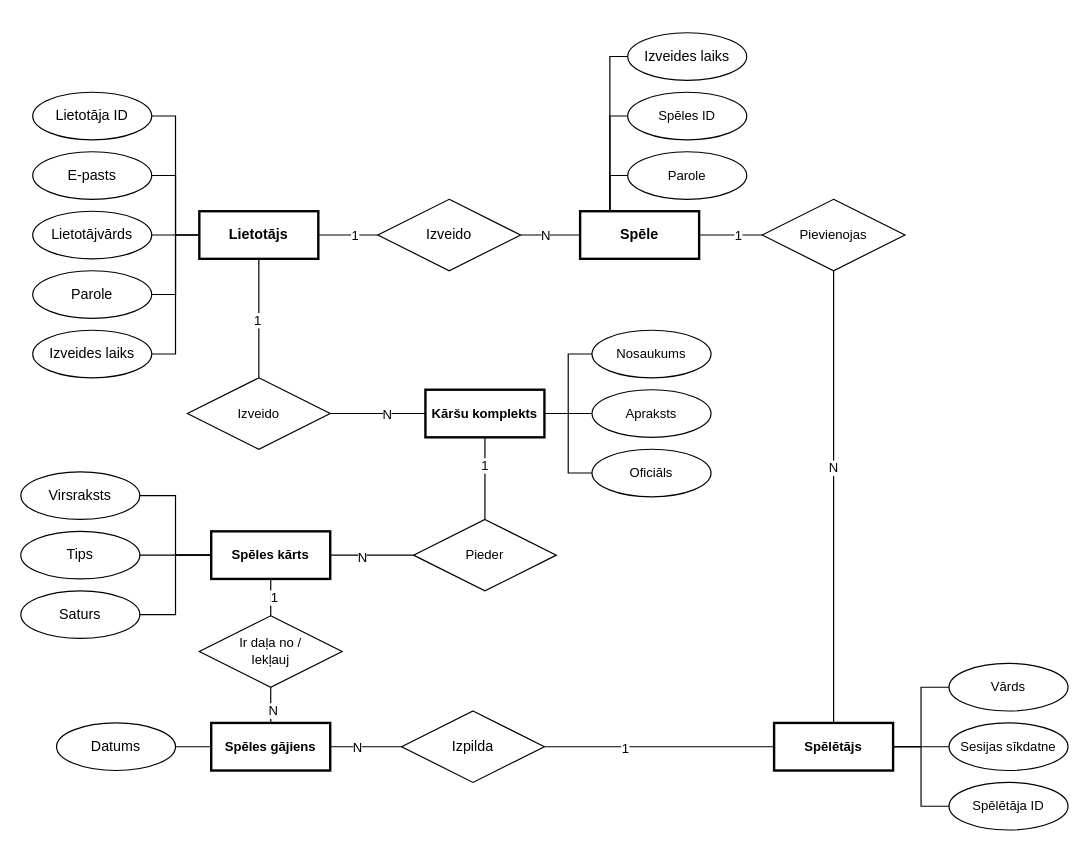
Earlier version of the draw.io diagram dokumentacija/ER.drawio (Edgars-P/RVT-Projekts-CardGame). Source tidied: cells renumbered, new cells numbered last; positions are measured from the earlier drawing's top-left corner, leaving out a move shared by most shapes. Both pictures are drawn from the tidied source at 119%, with x=0, y=0 at pixel (20, 32).
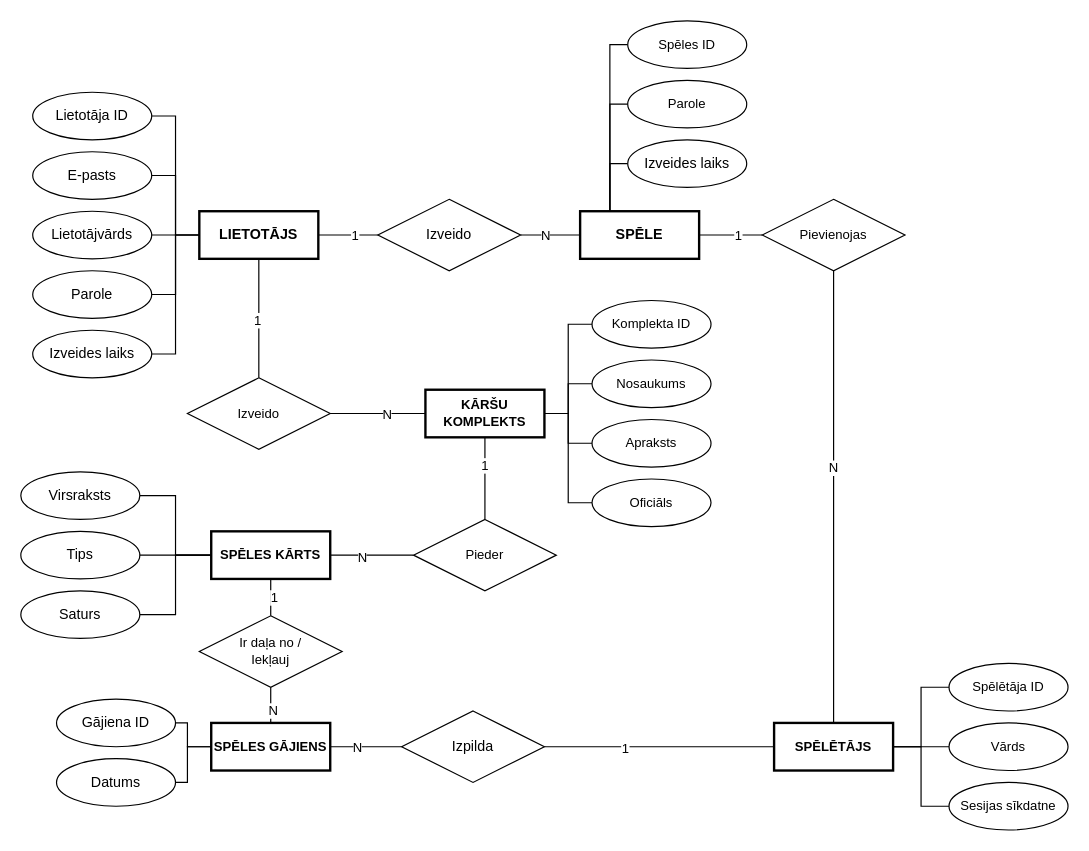
The same diagram, later.

Change to the diagram source:
```diff
@@
-    <mxCell id="7" value="Lietotājs" style="whiteSpace=wrap;html=1;align=center;fontStyle=1;strokeWidth=2;" parent="1" vertex="1">
+    <mxCell id="7" value="LIETOTĀJS" style="whiteSpace=wrap;html=1;align=center;fontStyle=1;strokeWidth=2;" parent="1" vertex="1">
       <mxGeometry x="150" y="150" width="100" height="40" as="geometry" />
     </mxCell>
@@
     <mxCell id="13" style="edgeStyle=orthogonalEdgeStyle;shape=connector;rounded=0;jettySize=auto;html=1;labelBackgroundColor=default;strokeColor=default;align=center;verticalAlign=middle;fontFamily=Helvetica;fontSize=11;fontColor=default;endArrow=none;endFill=0;exitX=0.25;exitY=0;exitDx=0;exitDy=0;" parent="1" edge="1" source="17" target="55">
       <mxGeometry relative="1" as="geometry">
         <Array as="points">
-          <mxPoint x="495" y="70" />
+          <mxPoint x="495" y="10" />
         </Array>
       </mxGeometry>
     </mxCell>
@@
-    <mxCell id="17" value="Spēle" style="whiteSpace=wrap;html=1;align=center;fontStyle=1;strokeWidth=2;" parent="1" vertex="1">
+    <mxCell id="17" value="SPĒLE" style="whiteSpace=wrap;html=1;align=center;fontStyle=1;strokeWidth=2;" parent="1" vertex="1">
       <mxGeometry x="470" y="150" width="100" height="40" as="geometry" />
     </mxCell>
@@
     <mxCell id="21" value="Parole" style="ellipse;whiteSpace=wrap;html=1;align=center;fontFamily=Helvetica;fontSize=11;fontColor=default;" parent="1" vertex="1">
-      <mxGeometry x="510" y="100" width="100" height="40" as="geometry" />
+      <mxGeometry x="510" y="40" width="100" height="40" as="geometry" />
     </mxCell>
-    <mxCell id="22" style="endArrow=none;html=1;rounded=0;labelBackgroundColor=default;strokeColor=default;align=center;verticalAlign=middle;fontFamily=Helvetica;fontSize=11;fontColor=default;shape=connector;exitX=0;exitY=0.5;exitDx=0;exitDy=0;entryX=0.25;entryY=0;entryDx=0;entryDy=0;edgeStyle=orthogonalEdgeStyle;" parent="1" edge="1" source="21" target="17">
+    <mxCell id="22" style="endArrow=none;html=1;rounded=0;labelBackgroundColor=default;strokeColor=default;align=center;verticalAlign=middle;fontFamily=Helvetica;fontSize=11;fontColor=default;shape=connector;exitX=0;exitY=0.5;exitDx=0;exitDy=0;edgeStyle=orthogonalEdgeStyle;entryX=0.25;entryY=0;entryDx=0;entryDy=0;" parent="1" edge="1" source="21" target="17">
       <mxGeometry relative="1" as="geometry" />
     </mxCell>
@@
-    <mxCell id="28" value="Spēlētājs" style="whiteSpace=wrap;html=1;align=center;fontFamily=Helvetica;fontSize=11;fontColor=default;fontStyle=1;strokeWidth=2;" parent="1" vertex="1">
+    <mxCell id="28" value="SPĒLĒTĀJS" style="whiteSpace=wrap;html=1;align=center;fontFamily=Helvetica;fontSize=11;fontColor=default;fontStyle=1;strokeWidth=2;" parent="1" vertex="1">
       <mxGeometry x="633" y="580" width="100" height="40" as="geometry" />
     </mxCell>
@@
     <mxCell id="30" value="Vārds" style="ellipse;whiteSpace=wrap;html=1;align=center;fontFamily=Helvetica;fontSize=11;fontColor=default;" parent="1" vertex="1">
-      <mxGeometry x="780" y="530" width="100" height="40" as="geometry" />
+      <mxGeometry x="780" y="580" width="100" height="40" as="geometry" />
     </mxCell>
@@
     <mxCell id="32" value="Spēlētāja ID" style="ellipse;whiteSpace=wrap;html=1;align=center;fontFamily=Helvetica;fontSize=11;fontColor=default;" parent="1" vertex="1">
-      <mxGeometry x="780" y="630" width="100" height="40" as="geometry" />
+      <mxGeometry x="780" y="530" width="100" height="40" as="geometry" />
     </mxCell>
@@
-    <mxCell id="37" value="Spēles kārts" style="whiteSpace=wrap;html=1;align=center;fontFamily=Helvetica;fontSize=11;fontColor=default;fontStyle=1;strokeWidth=2;" parent="1" vertex="1">
+    <mxCell id="37" value="SPĒLES KĀRTS" style="whiteSpace=wrap;html=1;align=center;fontFamily=Helvetica;fontSize=11;fontColor=default;fontStyle=1;strokeWidth=2;" parent="1" vertex="1">
       <mxGeometry x="160" y="419" width="100" height="40" as="geometry" />
     </mxCell>
@@
-    <mxCell id="51" value="Kāršu komplekts" style="whiteSpace=wrap;html=1;align=center;fontFamily=Helvetica;fontSize=11;fontColor=default;fontStyle=1;strokeWidth=2;" parent="1" vertex="1">
+    <mxCell id="51" value="KĀRŠU KOMPLEKTS" style="whiteSpace=wrap;html=1;align=center;fontFamily=Helvetica;fontSize=11;fontColor=default;fontStyle=1;strokeWidth=2;" parent="1" vertex="1">
       <mxGeometry x="340" y="300" width="100" height="40" as="geometry" />
     </mxCell>
     <mxCell id="52" value="Nosaukums" style="ellipse;whiteSpace=wrap;html=1;align=center;fontFamily=Helvetica;fontSize=11;fontColor=default;" parent="1" vertex="1">
-      <mxGeometry x="480" y="250" width="100" height="40" as="geometry" />
+      <mxGeometry x="480" y="275" width="100" height="40" as="geometry" />
     </mxCell>
     <mxCell id="53" value="Apraksts" style="ellipse;whiteSpace=wrap;html=1;align=center;fontFamily=Helvetica;fontSize=11;fontColor=default;" parent="1" vertex="1">
-      <mxGeometry x="480" y="300" width="100" height="40" as="geometry" />
+      <mxGeometry x="480" y="325" width="100" height="40" as="geometry" />
     </mxCell>
     <mxCell id="54" value="Oficiāls" style="ellipse;whiteSpace=wrap;html=1;align=center;fontFamily=Helvetica;fontSize=11;fontColor=default;" parent="1" vertex="1">
-      <mxGeometry x="480" y="350" width="100" height="40" as="geometry" />
+      <mxGeometry x="480" y="375" width="100" height="40" as="geometry" />
     </mxCell>
     <mxCell id="55" value="Spēles ID" style="ellipse;whiteSpace=wrap;html=1;align=center;fontFamily=Helvetica;fontSize=11;fontColor=default;" parent="1" vertex="1">
-      <mxGeometry x="510" y="50" width="100" height="40" as="geometry" />
+      <mxGeometry x="510" y="-10" width="100" height="40" as="geometry" />
     </mxCell>
@@
-    <mxCell id="59" value="Spēles gājiens" style="whiteSpace=wrap;html=1;align=center;fontFamily=Helvetica;fontSize=11;fontColor=default;fontStyle=1;strokeWidth=2;" parent="1" vertex="1">
+    <mxCell id="59" value="SPĒLES GĀJIENS" style="whiteSpace=wrap;html=1;align=center;fontFamily=Helvetica;fontSize=11;fontColor=default;fontStyle=1;strokeWidth=2;" parent="1" vertex="1">
       <mxGeometry x="160" y="580" width="100" height="40" as="geometry" />
     </mxCell>
@@
     <mxCell id="63" value="Datums" style="ellipse;whiteSpace=wrap;html=1;align=center;" parent="1" vertex="1">
-      <mxGeometry x="30" y="580" width="100" height="40" as="geometry" />
+      <mxGeometry x="30" y="610" width="100" height="40" as="geometry" />
     </mxCell>
@@
     <mxCell id="66" style="edgeStyle=orthogonalEdgeStyle;shape=connector;rounded=0;jettySize=auto;html=1;entryX=0.25;entryY=0;entryDx=0;entryDy=0;labelBackgroundColor=default;strokeColor=default;align=center;verticalAlign=middle;fontFamily=Helvetica;fontSize=11;fontColor=default;endArrow=none;endFill=0;" parent="1" edge="1" source="67" target="17">
       <mxGeometry relative="1" as="geometry">
         <Array as="points">
-          <mxPoint x="495" y="20" />
+          <mxPoint x="495" y="110" />
         </Array>
       </mxGeometry>
     </mxCell>
     <mxCell id="67" value="Izveides laiks" style="ellipse;whiteSpace=wrap;html=1;align=center;" parent="1" vertex="1">
-      <mxGeometry x="510" width="100" height="40" as="geometry" />
+      <mxGeometry x="510" y="90" width="100" height="40" as="geometry" />
     </mxCell>
@@
     <mxCell id="72" value="Sesijas sīkdatne" style="ellipse;whiteSpace=wrap;html=1;align=center;fontFamily=Helvetica;fontSize=11;fontColor=default;" parent="1" vertex="1">
-      <mxGeometry x="780" y="580" width="100" height="40" as="geometry" />
+      <mxGeometry x="780" y="630" width="100" height="40" as="geometry" />
     </mxCell>
+    <mxCell id="73" style="edgeStyle=orthogonalEdgeStyle;rounded=0;jettySize=auto;html=1;entryX=0;entryY=0.5;entryDx=0;entryDy=0;endArrow=none;endFill=0;" parent="1" edge="1" source="74" target="59">
+      <mxGeometry relative="1" as="geometry">
+        <Array as="points">
+          <mxPoint x="140" y="580" />
+          <mxPoint x="140" y="600" />
+        </Array>
+      </mxGeometry>
+    </mxCell>
+    <mxCell id="74" value="Gājiena ID" style="ellipse;whiteSpace=wrap;html=1;align=center;" parent="1" vertex="1">
+      <mxGeometry x="30" y="560" width="100" height="40" as="geometry" />
+    </mxCell>
+    <mxCell id="75" style="edgeStyle=orthogonalEdgeStyle;shape=connector;rounded=0;jettySize=auto;html=1;entryX=1;entryY=0.5;entryDx=0;entryDy=0;labelBackgroundColor=default;strokeColor=default;align=center;verticalAlign=middle;fontFamily=Helvetica;fontSize=11;fontColor=default;endArrow=none;endFill=0;" parent="1" edge="1" source="76" target="51">
+      <mxGeometry relative="1" as="geometry" />
+    </mxCell>
+    <mxCell id="76" value="Komplekta ID" style="ellipse;whiteSpace=wrap;html=1;align=center;fontFamily=Helvetica;fontSize=11;fontColor=default;" parent="1" vertex="1">
+      <mxGeometry x="480" y="225" width="100" height="40" as="geometry" />
+    </mxCell>
```
